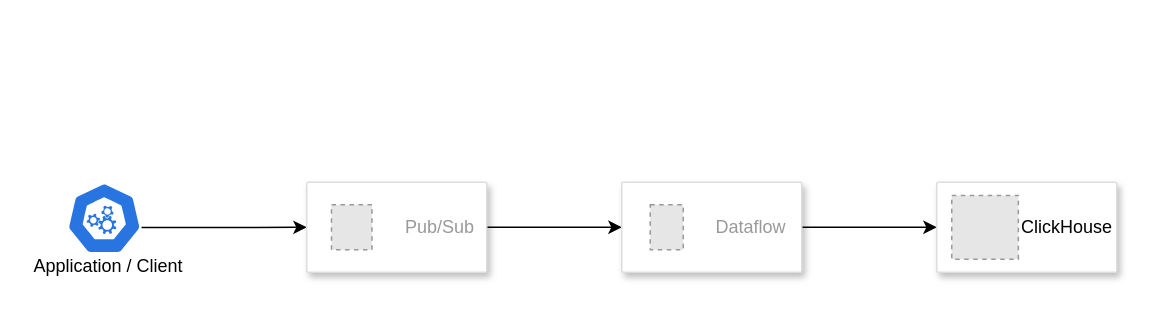
Earlier version of the draw.io diagram diagrams/IDfy Service Diagram.drawio (YashBorle/idfy_assignment). Source tidied: cells renumbered, new cells numbered last; positions are measured from the earlier drawing's top-left corner, leaving out a move shared by most shapes. Both pictures are drawn from the tidied source at 150%, with x=0, y=0 at pixel (26, 182). Pictures stored in the file or linked from it are replaced by grey dashed boxes.
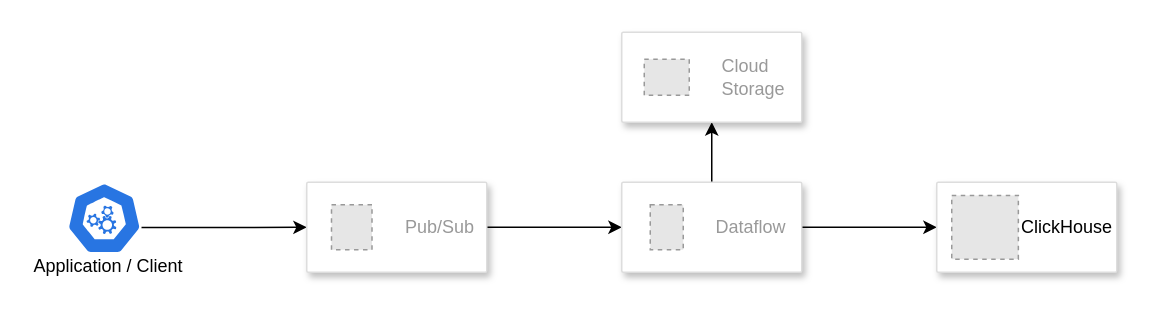
The same page after the edit.

What changed in the source:
```diff
@@
 <mxGraphModel>
   <root>
     <mxCell id="0" />
     <mxCell id="1" parent="0" />
     <mxCell id="2" style="edgeStyle=orthogonalEdgeStyle;rounded=0;jettySize=auto;html=1;exitX=0.995;exitY=0.63;exitDx=0;exitDy=0;exitPerimeter=0;entryX=0;entryY=0.5;entryDx=0;entryDy=0;" parent="1" edge="1" source="3" target="5">
       <mxGeometry relative="1" as="geometry" />
     </mxCell>
     <mxCell id="3" style="sketch=0;html=1;dashed=0;whitespace=wrap;verticalLabelPosition=bottom;verticalAlign=top;fillColor=#2875E2;strokeColor=#ffffff;points=[[0.005,0.63,0],[0.1,0.2,0],[0.9,0.2,0],[0.5,0,0],[0.995,0.63,0],[0.72,0.99,0],[0.5,1,0],[0.28,0.99,0]];shape=mxgraph.kubernetes.icon2;prIcon=api;" parent="1" vertex="1">
       <mxGeometry x="27" width="50" height="48" as="geometry" />
     </mxCell>
     <mxCell id="4" style="edgeStyle=orthogonalEdgeStyle;rounded=0;jettySize=auto;html=1;exitX=1;exitY=0.5;exitDx=0;exitDy=0;entryX=0;entryY=0.5;entryDx=0;entryDy=0;" parent="1" edge="1" source="5" target="8">
       <mxGeometry relative="1" as="geometry" />
     </mxCell>
     <mxCell id="5" style="fillColor=#ffffff;strokeColor=#dddddd;shadow=1;strokeWidth=1;rounded=1;absoluteArcSize=1;arcSize=2;" parent="1" vertex="1">
       <mxGeometry x="187" width="120" height="60" as="geometry" />
     </mxCell>
     <mxCell id="6" value="Pub/Sub" style="fillColor=#E6E6E6;strokeColor=#999999;dashed=1;html=1;fontColor=#999999;verticalLabelPosition=middle;verticalAlign=middle;labelPosition=right;align=left;spacingLeft=20;" parent="5" vertex="1">
       <mxGeometry width="27" height="30" relative="1" as="geometry">
         <mxPoint x="16.5" y="15" as="offset" />
       </mxGeometry>
     </mxCell>
     <mxCell id="7" style="edgeStyle=orthogonalEdgeStyle;rounded=0;jettySize=auto;html=1;exitX=1;exitY=0.5;exitDx=0;exitDy=0;entryX=0;entryY=0.5;entryDx=0;entryDy=0;" parent="1" edge="1" source="8" target="11">
       <mxGeometry relative="1" as="geometry" />
     </mxCell>
+    <mxCell id="15" style="edgeStyle=orthogonalEdgeStyle;rounded=0;jettySize=auto;html=1;exitX=0.5;exitY=0;exitDx=0;exitDy=0;" parent="1" edge="1" source="8" target="16">
+      <mxGeometry relative="1" as="geometry" />
+    </mxCell>
     <mxCell id="8" style="fillColor=#ffffff;strokeColor=#dddddd;shadow=1;strokeWidth=1;rounded=1;absoluteArcSize=1;arcSize=2;" parent="1" vertex="1">
       <mxGeometry x="397" width="120" height="60" as="geometry" />
     </mxCell>
     <mxCell id="9" value="Dataflow" style="fillColor=#E6E6E6;strokeColor=#999999;dashed=1;html=1;fontColor=#999999;verticalLabelPosition=middle;verticalAlign=middle;labelPosition=right;align=left;spacingLeft=20;" parent="8" vertex="1">
       <mxGeometry width="22" height="30" relative="1" as="geometry">
         <mxPoint x="19" y="15" as="offset" />
       </mxGeometry>
     </mxCell>
     <mxCell id="10" style="group;" parent="1" vertex="1">
       <mxGeometry x="607" width="120" height="60" as="geometry" />
     </mxCell>
     <mxCell id="11" style="fillColor=#ffffff;strokeColor=#dddddd;shadow=1;strokeWidth=1;rounded=1;absoluteArcSize=1;arcSize=2;" parent="10" vertex="1">
       <mxGeometry width="120" height="60" as="geometry" />
     </mxCell>
     <mxCell id="12" style="fillColor=#E6E6E6;strokeColor=#999999;dashed=1;verticalLabelPosition=bottom;labelBackgroundColor=default;verticalAlign=top;" parent="10" vertex="1">
       <mxGeometry x="10" y="8.8" width="44.4" height="42.5" as="geometry" />
     </mxCell>
     <mxCell id="13" value="ClickHouse" style="text;strokeColor=none;align=center;fillColor=none;html=1;verticalAlign=middle;whiteSpace=wrap;rounded=0;fontColor=light-dark(#000000,#999999);" parent="10" vertex="1">
       <mxGeometry x="57" y="15" width="60" height="30" as="geometry" />
     </mxCell>
     <mxCell id="14" value="Application / Client" style="text;strokeColor=none;align=center;fillColor=none;html=1;verticalAlign=middle;whiteSpace=wrap;rounded=0;" parent="1" vertex="1">
       <mxGeometry y="36" width="110" height="40" as="geometry" />
     </mxCell>
+    <mxCell id="16" style="fillColor=#ffffff;strokeColor=#dddddd;shadow=1;strokeWidth=1;rounded=1;absoluteArcSize=1;arcSize=2;" parent="1" vertex="1">
+      <mxGeometry x="397" y="-100" width="120" height="60" as="geometry" />
+    </mxCell>
+    <mxCell id="17" value="Cloud&#10;Storage" style="fillColor=#E6E6E6;strokeColor=#999999;dashed=1;html=1;fontColor=#999999;verticalLabelPosition=middle;verticalAlign=middle;labelPosition=right;align=left;spacingLeft=20;" parent="16" vertex="1">
+      <mxGeometry width="30" height="24" relative="1" as="geometry">
+        <mxPoint x="15" y="18" as="offset" />
+      </mxGeometry>
+    </mxCell>
   </root>
 </mxGraphModel>
```
